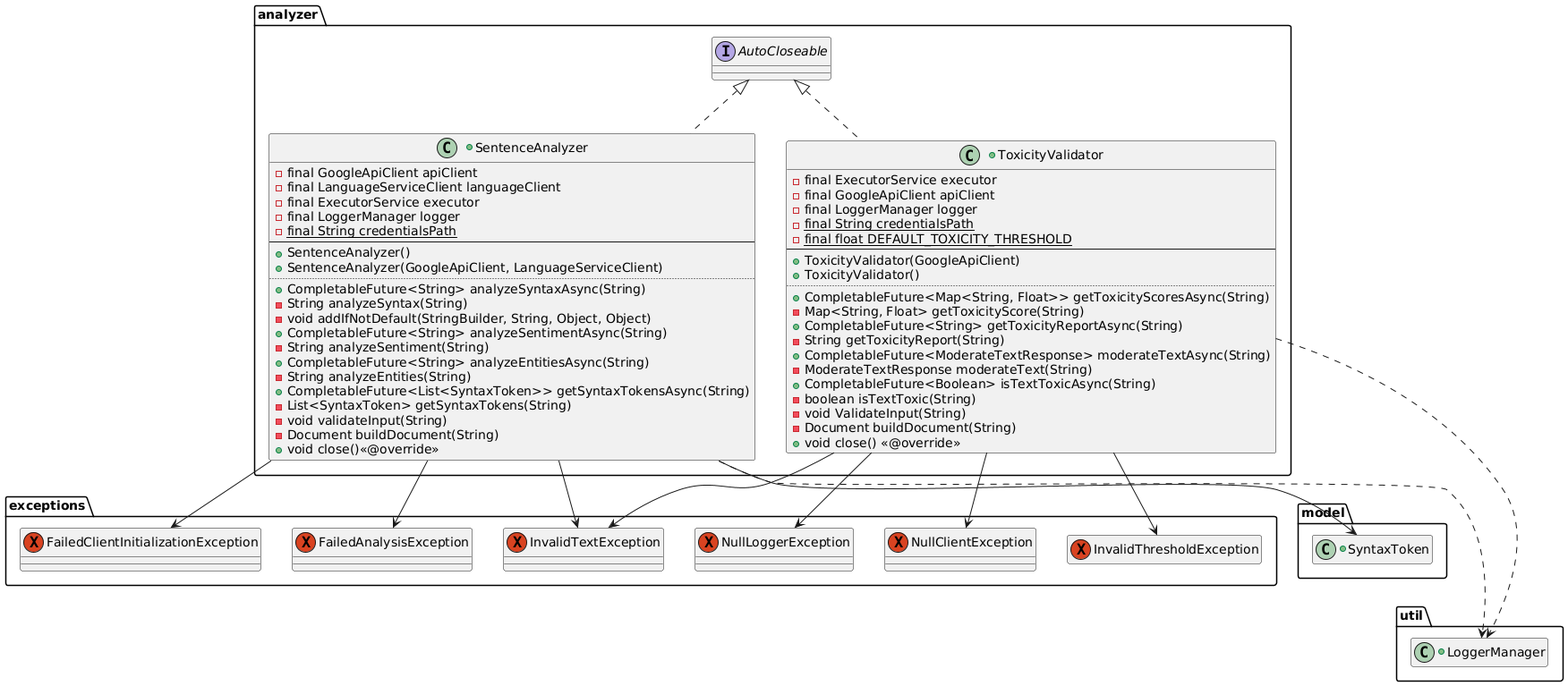
This is diagrams/classDiagrams/ClassDiagram_analyzer.png from sclosaf/NonSense-Generator, a PlantUML export, as it was before one commit.
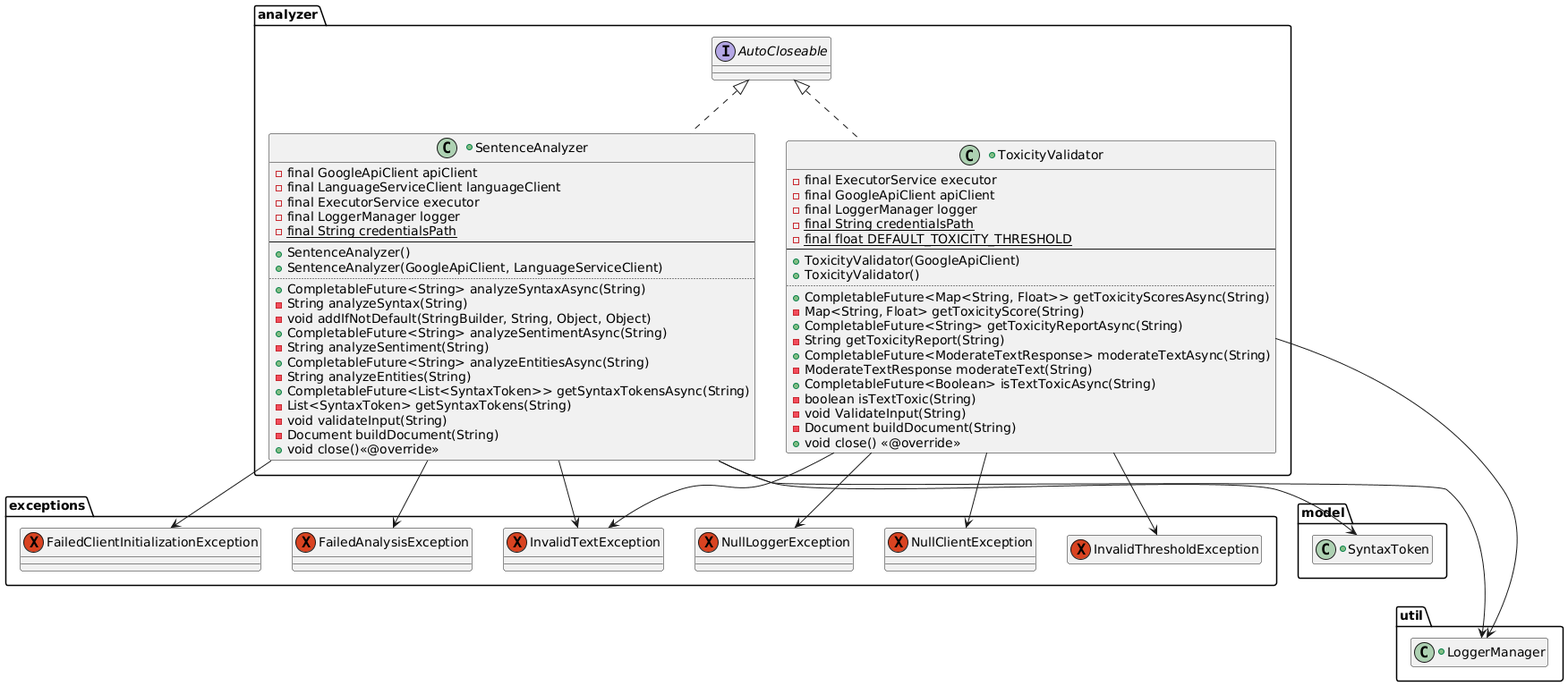
The same diagram one commit later.

The edit, as a diff of the source:
```diff
@@ -579,7 +579,7 @@
 }
 
 App --> CLI
-App ..> LoggerManager
+App --> LoggerManager
 
 CLI --> Noun
 CLI --> Adjective
@@ -588,7 +588,7 @@
 CLI --> MissingInternetConnectionException
 CLI --> IllegalToleranceException
 CLI --> CommandProcessor
-CLI ..> LoggerManager
+CLI --> LoggerManager
 CLI *-- Command
 CLI *-- GenerateOption
 CLI *-- AnalyzeOptions
@@ -610,7 +610,7 @@
 CommandProcessor --> InvalidTenseException
 CommandProcessor --> InvalidTextException
 CommandProcessor --> InvalidTemplateException
-CommandProcessor ..> LoggerManager
+CommandProcessor --> LoggerManager
 
 GoogleApiClient --> NullFilePathException
 GoogleApiClient --> InvalidFilePathException
@@ -629,7 +629,7 @@
 JsonUpdater --> InvalidNumberException
 JsonUpdater --> InvalidTenseException
 JsonUpdater --> InvalidTemplateException
-JsonUpdater ..> LoggerManager
+JsonUpdater --> LoggerManager
 
 JsonFileHandler --> NullJsonKeyException
 JsonFileHandler --> InvalidJsonKeyException
@@ -642,38 +642,38 @@
 JsonFileHandler --> UnreadableFileException
 JsonFileHandler --> UnwritableFileException
 JsonFileHandler --> InvalidJsonStateException
-JsonFileHandler ..> LoggerManager
+JsonFileHandler --> LoggerManager
 
 SentenceAnalyzer --> GoogleApiClient
 SentenceAnalyzer --> SyntaxToken
 SentenceAnalyzer --> InvalidTextException
 SentenceAnalyzer --> FailedAnalysisException
 SentenceAnalyzer --> FailedClientInitializationException
-SentenceAnalyzer ..> LoggerManager
+SentenceAnalyzer --> LoggerManager
 
 ToxicityValidator --> GoogleApiClient
 ToxicityValidator --> InvalidThresholdException
 ToxicityValidator --> InvalidTextException
 ToxicityValidator --> NullLoggerException
 ToxicityValidator --> NullClientException
-ToxicityValidator ..> LoggerManager
+ToxicityValidator --> LoggerManager
 
 Adjective --> InvalidGrammaticalElementException
-Adjective ..> LoggerManager
+Adjective --> LoggerManager
 
 Noun --> InvalidGrammaticalElementException
-Noun ..> LoggerManager
+Noun --> LoggerManager
 Noun *-- Number
 
 Verb --> InvalidGrammaticalElementException
-Verb ..> LoggerManager
+Verb --> LoggerManager
 Verb *-- Tense
 
 SyntaxToken --> InvalidGrammaticalElementException
 SyntaxToken .[hidden].> LoggerManager
 
 Template --> InvalidTemplateException
-Template ..> LoggerManager
+Template --> LoggerManager
 Template *-- TemplateType
 Template *-- Placeholder
 
@@ -682,28 +682,28 @@
 RandomAdjectiveGenerator --> JsonFileHandler
 RandomAdjectiveGenerator --> Adjective
 RandomAdjectiveGenerator --> InvalidListException
-RandomAdjectiveGenerator ..> LoggerManager
+RandomAdjectiveGenerator --> LoggerManager
 
 RandomNounGenerator ..|> JsonUpdateObserver
 RandomNounGenerator --> JsonUpdater
 RandomNounGenerator --> JsonFileHandler
 RandomNounGenerator --> Noun
 RandomNounGenerator --> InvalidListException
-RandomNounGenerator ..> LoggerManager
+RandomNounGenerator --> LoggerManager
 
 RandomVerbGenerator ..|> JsonUpdateObserver
 RandomVerbGenerator --> JsonUpdater
 RandomVerbGenerator --> JsonFileHandler
 RandomVerbGenerator --> Verb
 RandomVerbGenerator --> InvalidListException
-RandomVerbGenerator ..> LoggerManager
+RandomVerbGenerator --> LoggerManager
 
 RandomTemplateGenerator ..|> JsonUpdateObserver
 RandomTemplateGenerator --> JsonUpdater
 RandomTemplateGenerator --> JsonFileHandler
 RandomTemplateGenerator --> Template
 RandomTemplateGenerator --> InvalidListException
-RandomTemplateGenerator ..> LoggerManager
+RandomTemplateGenerator --> LoggerManager
 
 SentenceGenerator --> Noun
 SentenceGenerator --> Verb
@@ -717,10 +717,10 @@
 SentenceGenerator --> InvalidNumberException
 SentenceGenerator --> InvalidTemplateTypeException
 SentenceGenerator --> InvalidTemplateException
-SentenceGenerator ..> LoggerManager
+SentenceGenerator --> LoggerManager
 
 SyntaxTreeBuilder --> SyntaxToken
-SyntaxTreeBuilder ..> LoggerManager
+SyntaxTreeBuilder --> LoggerManager
 SyntaxTreeBuilder *-- TreeNodeInfo
 SyntaxTreeBuilder <|-- SyntaxToken
 
```
